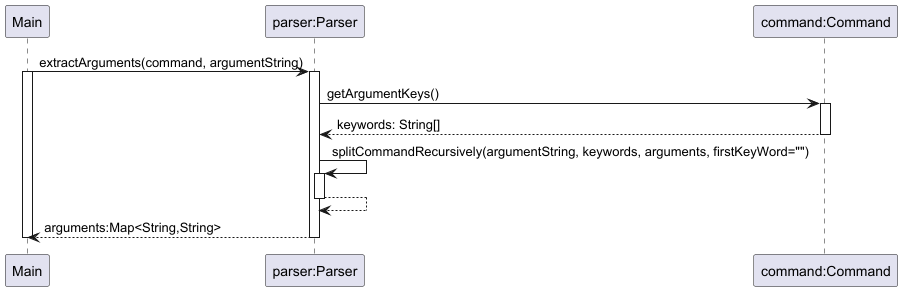
nus-cs2113-AY2425S1/tp keeps this PlantUML diagram as docs/diagrams/parser/extract-arguments-sequence.png. Above is the earlier version.
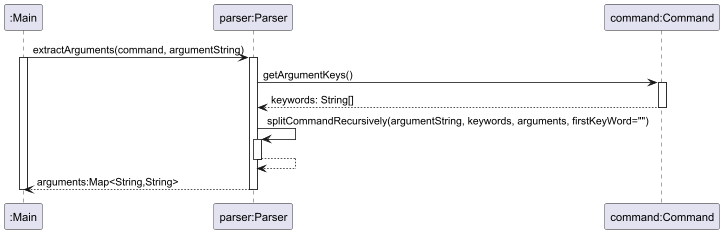
After the commit.

The edit, as a diff of the source:
```diff
@@ -1,5 +1,5 @@
 @startuml
-participant "Main" as Main
+participant ":Main" as Main
 
 participant "parser:Parser" as Parser
 Main -> Parser: extractArguments(command, argumentString)
```
